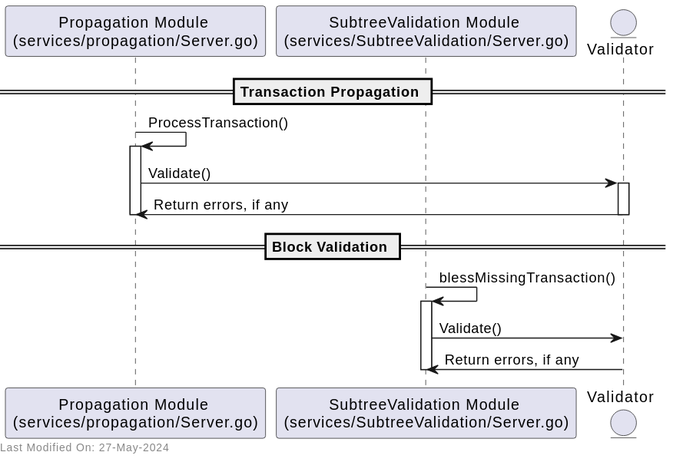
Before: docs/services/img/plantuml/validator/tx_validation_request_process.svg, a diagram exported from PlantUML (freemans13/teranode). Its diagram source:
```plantuml
@startuml
participant "Propagation Module \n(services/propagation/Server.go)" as Propagation
participant "SubtreeValidation Module \n(services/SubtreeValidation/Server.go)" as SubtreeValidation
entity "Validator" as Validator

== Transaction Propagation ==
Propagation -> Propagation: ProcessTransaction()
activate Propagation
Propagation -> Validator: Validate()
activate Validator
Validator -> Propagation: Return errors, if any
deactivate Validator
deactivate Propagation

== Block Validation ==
SubtreeValidation -> SubtreeValidation: blessMissingTransaction()
activate SubtreeValidation
SubtreeValidation -> Validator: Validate()

Validator -> SubtreeValidation: Return errors, if any

deactivate SubtreeValidation

left footer Last Modified On: 27-May-2024
@enduml
```
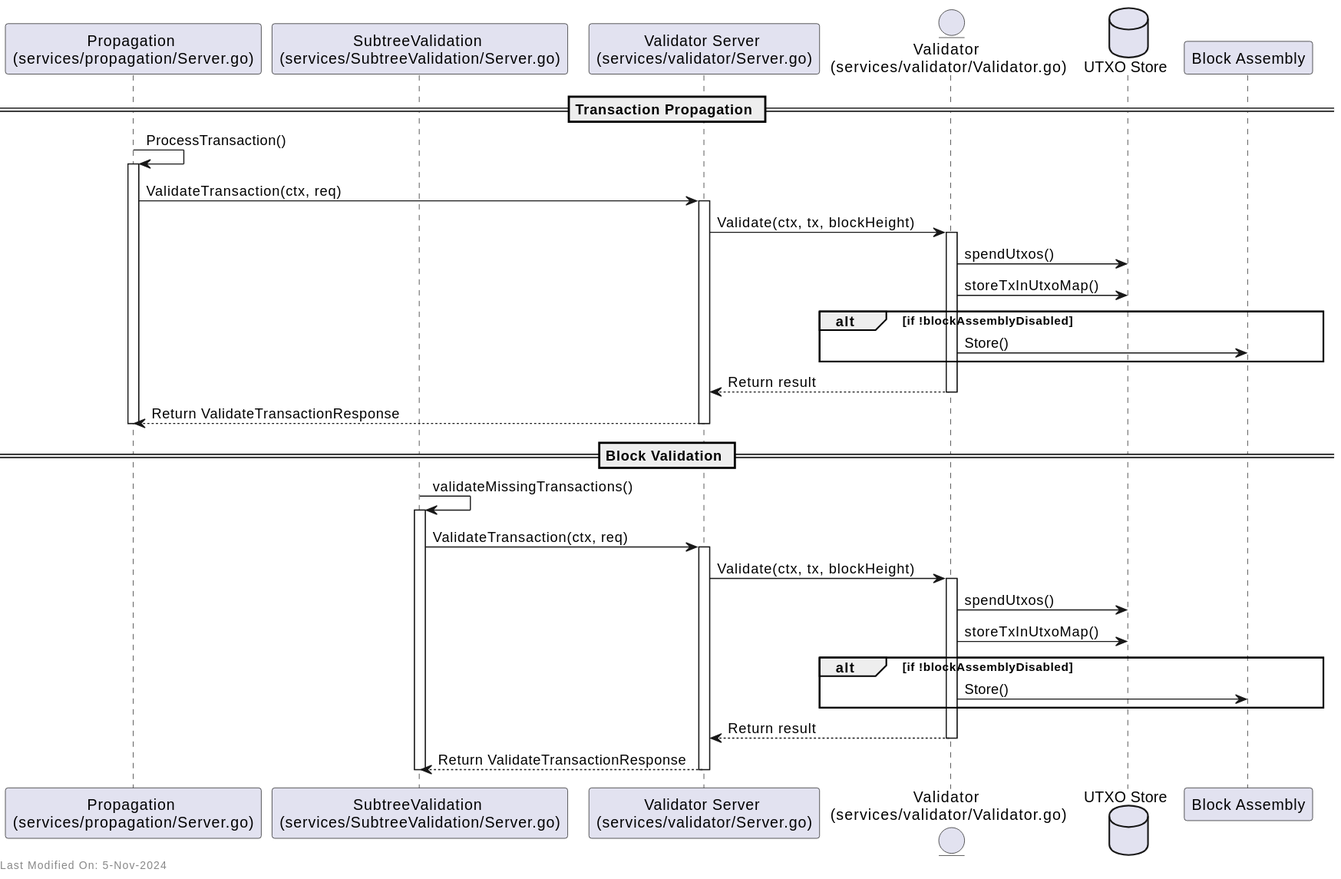
Above is the later version.

Commit message:
Documentation - restructure Validator Service documentation for better separation of design and reference documents #1395

Change to the diagram source:
```diff
@@ -1,25 +1,46 @@
 @startuml
-participant "Propagation Module \n(services/propagation/Server.go)" as Propagation
-participant "SubtreeValidation Module \n(services/SubtreeValidation/Server.go)" as SubtreeValidation
-entity "Validator" as Validator
+participant "Propagation \n(services/propagation/Server.go)" as Propagation
+participant "SubtreeValidation \n(services/SubtreeValidation/Server.go)" as SubtreeValidation
+participant "Validator Server \n(services/validator/Server.go)" as ValidatorServer
+entity "Validator \n(services/validator/Validator.go)" as Validator
+database "UTXO Store" as UTXOStore
+participant "Block Assembly" as BlockAssembly
 
 == Transaction Propagation ==
 Propagation -> Propagation: ProcessTransaction()
 activate Propagation
-Propagation -> Validator: Validate()
+Propagation -> ValidatorServer: ValidateTransaction(ctx, req)
+activate ValidatorServer
+ValidatorServer -> Validator: Validate(ctx, tx, blockHeight)
 activate Validator
-Validator -> Propagation: Return errors, if any
+Validator -> UTXOStore: spendUtxos()
+Validator -> UTXOStore: storeTxInUtxoMap()
+alt if !blockAssemblyDisabled
+    Validator -> BlockAssembly: Store()
+end
+Validator --> ValidatorServer: Return result
 deactivate Validator
+ValidatorServer --> Propagation: Return ValidateTransactionResponse
+deactivate ValidatorServer
 deactivate Propagation
 
 == Block Validation ==
-SubtreeValidation -> SubtreeValidation: blessMissingTransaction()
+SubtreeValidation -> SubtreeValidation: validateMissingTransactions()
 activate SubtreeValidation
-SubtreeValidation -> Validator: Validate()
-
-Validator -> SubtreeValidation: Return errors, if any
-
+SubtreeValidation -> ValidatorServer: ValidateTransaction(ctx, req)
+activate ValidatorServer
+ValidatorServer -> Validator: Validate(ctx, tx, blockHeight)
+activate Validator
+Validator -> UTXOStore: spendUtxos()
+Validator -> UTXOStore: storeTxInUtxoMap()
+alt if !blockAssemblyDisabled
+    Validator -> BlockAssembly: Store()
+end
+Validator --> ValidatorServer: Return result
+deactivate Validator
+ValidatorServer --> SubtreeValidation: Return ValidateTransactionResponse
+deactivate ValidatorServer
 deactivate SubtreeValidation
 
-left footer Last Modified On: 27-May-2024
+left footer Last Modified On: %date("dd-MMM-yyyy")
 @enduml
```
